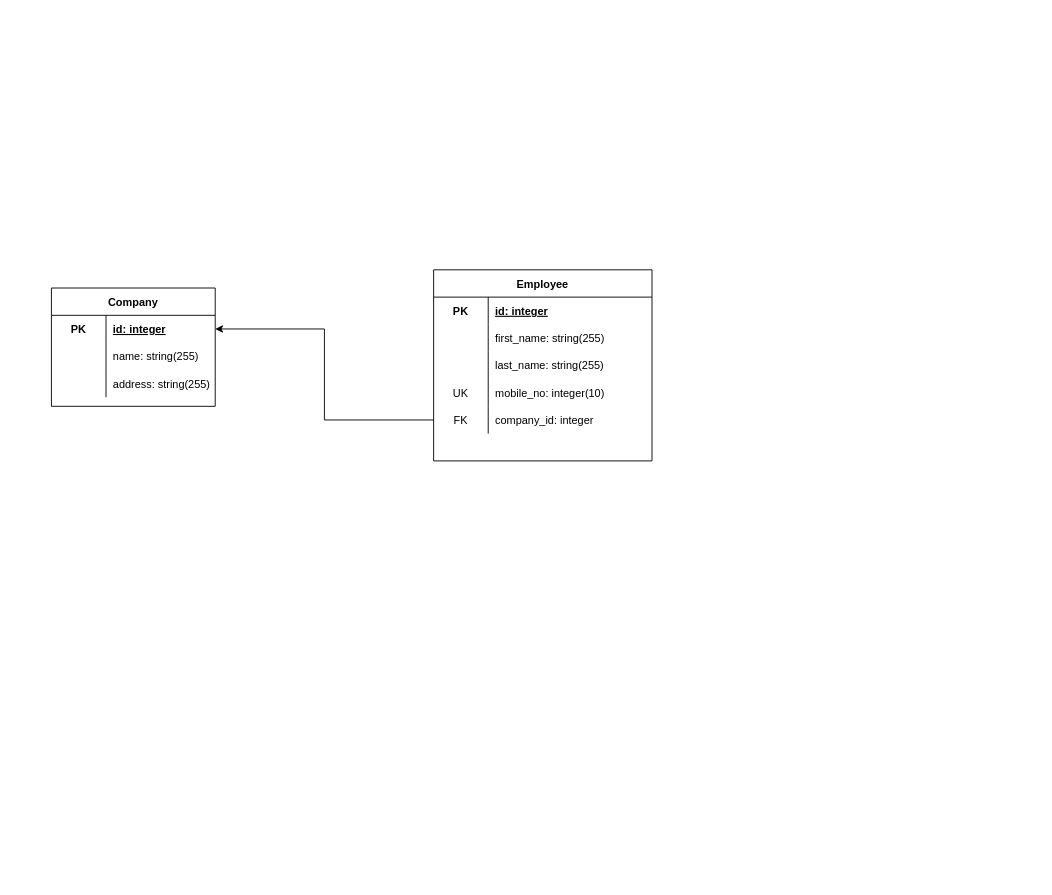
The draw.io diagram drawings/org_uam.drawio in premchalmeti/draw.io, before the edit. Source tidied: cells renumbered, new cells numbered last; positions are measured from the earlier drawing's top-left corner, leaving out a move shared by most shapes. Both pictures are drawn from the tidied source at 91%, with x=0, y=0 at pixel (51, 269).
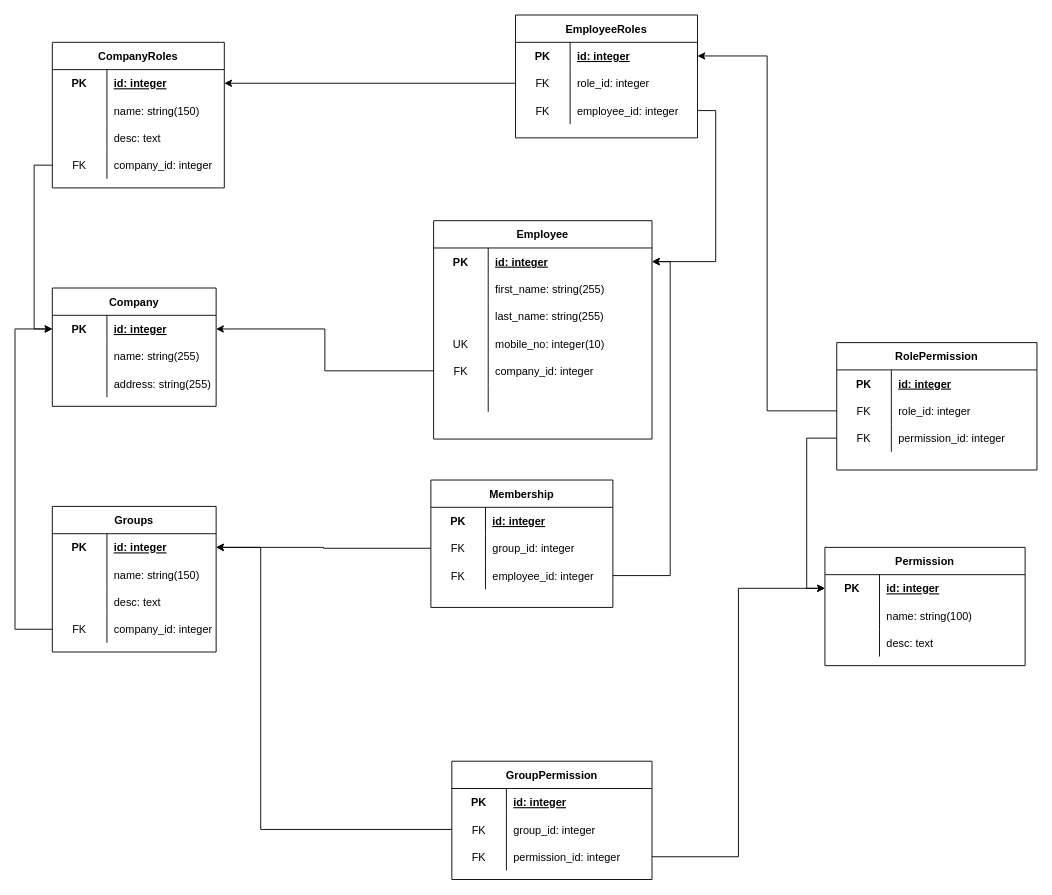
Above is the later version.

The change refers to these unchanged cells:
```xml
<mxCell id="3" style="shape=partialRectangle;fillColor=none;top=0;left=0;bottom=0;right=0;points=[[0,0.5],[1,0.5]];portConstraint=eastwest;" parent="2" vertex="1">
  <mxGeometry y="30" width="180" height="30" as="geometry" />
</mxCell>
<mxCell id="13" style="shape=partialRectangle;fillColor=none;top=0;left=0;bottom=0;right=0;points=[[0,0.5],[1,0.5]];portConstraint=eastwest;" parent="12" vertex="1">
  <mxGeometry y="30" width="240" height="30" as="geometry" />
</mxCell>
```

What changed in the source:
```diff
@@
     <mxCell id="2" value="Company" style="shape=table;startSize=30;childLayout=tableLayout;rowLines=0;fontStyle=1;align=center;" parent="1" vertex="1">
-      <mxGeometry y="20" width="180" height="130" as="geometry" />
+      <mxGeometry x="1" y="20" width="180" height="130" as="geometry" />
     </mxCell>
@@
     <mxCell id="12" value="Employee" style="shape=table;startSize=30;childLayout=tableLayout;rowLines=0;fontStyle=1;align=center;" parent="1" vertex="1">
-      <mxGeometry x="420" width="240" height="210" as="geometry" />
+      <mxGeometry x="420" y="-54" width="240" height="240" as="geometry" />
     </mxCell>
@@
+    <mxCell id="29" style="shape=partialRectangle;fillColor=none;top=0;left=0;bottom=0;right=0;" parent="12" vertex="1">
+      <mxGeometry y="180" width="240" height="30" as="geometry" />
+    </mxCell>
+    <mxCell id="30" style="shape=partialRectangle;fillColor=none;top=0;left=0;bottom=0;right=0;fontStyle=0;overflow=hidden;" parent="29" vertex="1">
+      <mxGeometry width="60" height="30" as="geometry" />
+    </mxCell>
+    <mxCell id="31" style="shape=partialRectangle;fillColor=none;top=0;left=0;bottom=0;right=0;align=left;spacingLeft=6;fontStyle=0;overflow=hidden;" parent="29" vertex="1">
+      <mxGeometry x="60" width="180" height="30" as="geometry" />
+    </mxCell>
@@
+    <mxCell id="32" value="CompanyRoles" style="shape=table;startSize=30;childLayout=tableLayout;rowLines=0;fontStyle=1;align=center;" parent="1" vertex="1">
+      <mxGeometry x="1" y="-250" width="189" height="160" as="geometry" />
+    </mxCell>
+    <mxCell id="33" style="shape=partialRectangle;fillColor=none;top=0;left=0;bottom=0;right=0;points=[[0,0.5],[1,0.5]];portConstraint=eastwest;" parent="32" vertex="1">
+      <mxGeometry y="30" width="189" height="30" as="geometry" />
+    </mxCell>
+    <mxCell id="34" value="PK" style="shape=partialRectangle;fillColor=none;top=0;left=0;bottom=0;right=0;fontStyle=1;overflow=hidden;" parent="33" vertex="1">
+      <mxGeometry width="60" height="30" as="geometry" />
+    </mxCell>
+    <mxCell id="35" value="id: integer" style="shape=partialRectangle;fillColor=none;top=0;left=0;bottom=0;right=0;align=left;spacingLeft=6;fontStyle=5;overflow=hidden;" parent="33" vertex="1">
+      <mxGeometry x="60" width="129" height="30" as="geometry" />
+    </mxCell>
+    <mxCell id="36" style="shape=partialRectangle;fillColor=none;top=0;left=0;bottom=0;right=0;" parent="32" vertex="1">
+      <mxGeometry y="60" width="189" height="30" as="geometry" />
+    </mxCell>
+    <mxCell id="37" style="shape=partialRectangle;fillColor=none;top=0;left=0;bottom=0;right=0;overflow=hidden;" parent="36" vertex="1">
+      <mxGeometry width="60" height="30" as="geometry" />
+    </mxCell>
+    <mxCell id="38" value="name: string(150)" style="shape=partialRectangle;fillColor=none;top=0;left=0;bottom=0;right=0;align=left;spacingLeft=6;overflow=hidden;" parent="36" vertex="1">
+      <mxGeometry x="60" width="129" height="30" as="geometry" />
+    </mxCell>
+    <mxCell id="39" style="shape=partialRectangle;fillColor=none;top=0;left=0;bottom=0;right=0;" parent="32" vertex="1">
+      <mxGeometry y="90" width="189" height="30" as="geometry" />
+    </mxCell>
+    <mxCell id="40" style="shape=partialRectangle;fillColor=none;top=0;left=0;bottom=0;right=0;overflow=hidden;" parent="39" vertex="1">
+      <mxGeometry width="60" height="30" as="geometry" />
+    </mxCell>
+    <mxCell id="41" value="desc: text" style="shape=partialRectangle;fillColor=none;top=0;left=0;bottom=0;right=0;align=left;spacingLeft=6;overflow=hidden;" parent="39" vertex="1">
+      <mxGeometry x="60" width="129" height="30" as="geometry" />
+    </mxCell>
+    <mxCell id="42" style="shape=partialRectangle;fillColor=none;top=0;left=0;bottom=0;right=0;points=[[0,0.5],[1,0.5]];portConstraint=eastwest;" parent="32" vertex="1">
+      <mxGeometry y="120" width="189" height="30" as="geometry" />
+    </mxCell>
+    <mxCell id="43" value="FK" style="shape=partialRectangle;fillColor=none;top=0;left=0;bottom=0;right=0;fontStyle=0;overflow=hidden;" parent="42" vertex="1">
+      <mxGeometry width="60" height="30" as="geometry" />
+    </mxCell>
+    <mxCell id="44" value="company_id: integer" style="shape=partialRectangle;fillColor=none;top=0;left=0;bottom=0;right=0;align=left;spacingLeft=6;fontStyle=0;overflow=hidden;" parent="42" vertex="1">
+      <mxGeometry x="60" width="129" height="30" as="geometry" />
+    </mxCell>
+    <mxCell id="45" style="edgeStyle=orthogonalEdgeStyle;rounded=0;jettySize=auto;html=1;exitX=0;exitY=0.5;exitDx=0;exitDy=0;entryX=0;entryY=0.5;entryDx=0;entryDy=0;" parent="1" edge="1" source="42" target="3">
+      <mxGeometry relative="1" as="geometry" />
+    </mxCell>
+    <mxCell id="46" value="EmployeeRoles" style="shape=table;startSize=30;childLayout=tableLayout;rowLines=0;fontStyle=1;align=center;" parent="1" vertex="1">
+      <mxGeometry x="510" y="-280" width="200" height="135" as="geometry" />
+    </mxCell>
+    <mxCell id="47" style="shape=partialRectangle;fillColor=none;top=0;left=0;bottom=0;right=0;points=[[0,0.5],[1,0.5]];portConstraint=eastwest;" parent="46" vertex="1">
+      <mxGeometry y="30" width="200" height="30" as="geometry" />
+    </mxCell>
+    <mxCell id="48" value="PK" style="shape=partialRectangle;fillColor=none;top=0;left=0;bottom=0;right=0;fontStyle=1;overflow=hidden;" parent="47" vertex="1">
+      <mxGeometry width="60" height="30" as="geometry" />
+    </mxCell>
+    <mxCell id="49" value="id: integer" style="shape=partialRectangle;fillColor=none;top=0;left=0;bottom=0;right=0;align=left;spacingLeft=6;fontStyle=5;overflow=hidden;" parent="47" vertex="1">
+      <mxGeometry x="60" width="140" height="30" as="geometry" />
+    </mxCell>
+    <mxCell id="50" style="shape=partialRectangle;fillColor=none;top=0;left=0;bottom=0;right=0;points=[[0,0.5],[1,0.5]];portConstraint=eastwest;" parent="46" vertex="1">
+      <mxGeometry y="60" width="200" height="30" as="geometry" />
+    </mxCell>
+    <mxCell id="51" value="FK" style="shape=partialRectangle;fillColor=none;top=0;left=0;bottom=0;right=0;overflow=hidden;" parent="50" vertex="1">
+      <mxGeometry width="60" height="30" as="geometry" />
+    </mxCell>
+    <mxCell id="52" value="role_id: integer" style="shape=partialRectangle;fillColor=none;top=0;left=0;bottom=0;right=0;align=left;spacingLeft=6;overflow=hidden;" parent="50" vertex="1">
+      <mxGeometry x="60" width="140" height="30" as="geometry" />
+    </mxCell>
+    <mxCell id="53" style="shape=partialRectangle;fillColor=none;top=0;left=0;bottom=0;right=0;points=[[0,0.5],[1,0.5]];portConstraint=eastwest;" parent="46" vertex="1">
+      <mxGeometry y="90" width="200" height="30" as="geometry" />
+    </mxCell>
+    <mxCell id="54" value="FK" style="shape=partialRectangle;fillColor=none;top=0;left=0;bottom=0;right=0;overflow=hidden;" parent="53" vertex="1">
+      <mxGeometry width="60" height="30" as="geometry" />
+    </mxCell>
+    <mxCell id="55" value="employee_id: integer" style="shape=partialRectangle;fillColor=none;top=0;left=0;bottom=0;right=0;align=left;spacingLeft=6;overflow=hidden;" parent="53" vertex="1">
+      <mxGeometry x="60" width="140" height="30" as="geometry" />
+    </mxCell>
+    <mxCell id="56" style="edgeStyle=orthogonalEdgeStyle;rounded=0;jettySize=auto;html=1;exitX=0;exitY=0.5;exitDx=0;exitDy=0;entryX=1;entryY=0.5;entryDx=0;entryDy=0;" parent="1" edge="1" source="50" target="33">
+      <mxGeometry relative="1" as="geometry" />
+    </mxCell>
+    <mxCell id="57" style="edgeStyle=orthogonalEdgeStyle;rounded=0;jettySize=auto;html=1;exitX=1;exitY=0.5;exitDx=0;exitDy=0;entryX=1;entryY=0.5;entryDx=0;entryDy=0;" parent="1" edge="1" source="53" target="13">
+      <mxGeometry relative="1" as="geometry" />
+    </mxCell>
+    <mxCell id="58" value="Groups" style="shape=table;startSize=30;childLayout=tableLayout;rowLines=0;fontStyle=1;align=center;" parent="1" vertex="1">
+      <mxGeometry x="1" y="260" width="180" height="160" as="geometry" />
+    </mxCell>
+    <mxCell id="59" style="shape=partialRectangle;fillColor=none;top=0;left=0;bottom=0;right=0;points=[[0,0.5],[1,0.5]];portConstraint=eastwest;" parent="58" vertex="1">
+      <mxGeometry y="30" width="180" height="30" as="geometry" />
+    </mxCell>
+    <mxCell id="60" value="PK" style="shape=partialRectangle;fillColor=none;top=0;left=0;bottom=0;right=0;fontStyle=1;overflow=hidden;" parent="59" vertex="1">
+      <mxGeometry width="60" height="30" as="geometry" />
+    </mxCell>
+    <mxCell id="61" value="id: integer" style="shape=partialRectangle;fillColor=none;top=0;left=0;bottom=0;right=0;align=left;spacingLeft=6;fontStyle=5;overflow=hidden;" parent="59" vertex="1">
+      <mxGeometry x="60" width="120" height="30" as="geometry" />
+    </mxCell>
+    <mxCell id="62" style="shape=partialRectangle;fillColor=none;top=0;left=0;bottom=0;right=0;" parent="58" vertex="1">
+      <mxGeometry y="60" width="180" height="30" as="geometry" />
+    </mxCell>
+    <mxCell id="63" style="shape=partialRectangle;fillColor=none;top=0;left=0;bottom=0;right=0;overflow=hidden;" parent="62" vertex="1">
+      <mxGeometry width="60" height="30" as="geometry" />
+    </mxCell>
+    <mxCell id="64" value="name: string(150)" style="shape=partialRectangle;fillColor=none;top=0;left=0;bottom=0;right=0;align=left;spacingLeft=6;overflow=hidden;" parent="62" vertex="1">
+      <mxGeometry x="60" width="120" height="30" as="geometry" />
+    </mxCell>
+    <mxCell id="65" style="shape=partialRectangle;fillColor=none;top=0;left=0;bottom=0;right=0;" parent="58" vertex="1">
+      <mxGeometry y="90" width="180" height="30" as="geometry" />
+    </mxCell>
+    <mxCell id="66" style="shape=partialRectangle;fillColor=none;top=0;left=0;bottom=0;right=0;overflow=hidden;" parent="65" vertex="1">
+      <mxGeometry width="60" height="30" as="geometry" />
+    </mxCell>
+    <mxCell id="67" value="desc: text" style="shape=partialRectangle;fillColor=none;top=0;left=0;bottom=0;right=0;align=left;spacingLeft=6;overflow=hidden;" parent="65" vertex="1">
+      <mxGeometry x="60" width="120" height="30" as="geometry" />
+    </mxCell>
+    <mxCell id="68" style="shape=partialRectangle;fillColor=none;top=0;left=0;bottom=0;right=0;points=[[0,0.5],[1,0.5]];portConstraint=eastwest;" parent="58" vertex="1">
+      <mxGeometry y="120" width="180" height="30" as="geometry" />
+    </mxCell>
+    <mxCell id="69" value="FK" style="shape=partialRectangle;fillColor=none;top=0;left=0;bottom=0;right=0;fontStyle=0;overflow=hidden;" parent="68" vertex="1">
+      <mxGeometry width="60" height="30" as="geometry" />
+    </mxCell>
+    <mxCell id="70" value="company_id: integer" style="shape=partialRectangle;fillColor=none;top=0;left=0;bottom=0;right=0;align=left;spacingLeft=6;fontStyle=0;overflow=hidden;" parent="68" vertex="1">
+      <mxGeometry x="60" width="120" height="30" as="geometry" />
+    </mxCell>
+    <mxCell id="71" style="edgeStyle=orthogonalEdgeStyle;rounded=0;jettySize=auto;html=1;exitX=0;exitY=0.5;exitDx=0;exitDy=0;entryX=0;entryY=0.5;entryDx=0;entryDy=0;" parent="1" edge="1" source="68" target="3">
+      <mxGeometry relative="1" as="geometry">
+        <Array as="points">
+          <mxPoint x="-40" y="395" />
+          <mxPoint x="-40" y="65" />
+        </Array>
+      </mxGeometry>
+    </mxCell>
+    <mxCell id="72" value="Membership" style="shape=table;startSize=30;childLayout=tableLayout;rowLines=0;fontStyle=1;align=center;" parent="1" vertex="1">
+      <mxGeometry x="417" y="231" width="200" height="140" as="geometry" />
+    </mxCell>
+    <mxCell id="73" style="shape=partialRectangle;fillColor=none;top=0;left=0;bottom=0;right=0;" parent="72" vertex="1">
+      <mxGeometry y="30" width="200" height="30" as="geometry" />
+    </mxCell>
+    <mxCell id="74" value="PK" style="shape=partialRectangle;fillColor=none;top=0;left=0;bottom=0;right=0;fontStyle=1;overflow=hidden;" parent="73" vertex="1">
+      <mxGeometry width="60" height="30" as="geometry" />
+    </mxCell>
+    <mxCell id="75" value="id: integer" style="shape=partialRectangle;fillColor=none;top=0;left=0;bottom=0;right=0;align=left;spacingLeft=6;fontStyle=5;overflow=hidden;" parent="73" vertex="1">
+      <mxGeometry x="60" width="140" height="30" as="geometry" />
+    </mxCell>
+    <mxCell id="76" style="shape=partialRectangle;fillColor=none;top=0;left=0;bottom=0;right=0;points=[[0,0.5],[1,0.5]];portConstraint=eastwest;" parent="72" vertex="1">
+      <mxGeometry y="60" width="200" height="30" as="geometry" />
+    </mxCell>
+    <mxCell id="77" value="FK" style="shape=partialRectangle;fillColor=none;top=0;left=0;bottom=0;right=0;overflow=hidden;" parent="76" vertex="1">
+      <mxGeometry width="60" height="30" as="geometry" />
+    </mxCell>
+    <mxCell id="78" value="group_id: integer" style="shape=partialRectangle;fillColor=none;top=0;left=0;bottom=0;right=0;align=left;spacingLeft=6;overflow=hidden;" parent="76" vertex="1">
+      <mxGeometry x="60" width="140" height="30" as="geometry" />
+    </mxCell>
+    <mxCell id="79" style="shape=partialRectangle;fillColor=none;top=0;left=0;bottom=0;right=0;points=[[0,0.5],[1,0.5]];portConstraint=eastwest;" parent="72" vertex="1">
+      <mxGeometry y="90" width="200" height="30" as="geometry" />
+    </mxCell>
+    <mxCell id="80" value="FK" style="shape=partialRectangle;fillColor=none;top=0;left=0;bottom=0;right=0;overflow=hidden;" parent="79" vertex="1">
+      <mxGeometry width="60" height="30" as="geometry" />
+    </mxCell>
+    <mxCell id="81" value="employee_id: integer" style="shape=partialRectangle;fillColor=none;top=0;left=0;bottom=0;right=0;align=left;spacingLeft=6;overflow=hidden;" parent="79" vertex="1">
+      <mxGeometry x="60" width="140" height="30" as="geometry" />
+    </mxCell>
+    <mxCell id="82" style="edgeStyle=orthogonalEdgeStyle;rounded=0;jettySize=auto;html=1;exitX=0;exitY=0.5;exitDx=0;exitDy=0;entryX=1;entryY=0.5;entryDx=0;entryDy=0;" parent="1" edge="1" source="76" target="59">
+      <mxGeometry relative="1" as="geometry" />
+    </mxCell>
+    <mxCell id="83" style="edgeStyle=orthogonalEdgeStyle;rounded=0;jettySize=auto;html=1;exitX=1;exitY=0.5;exitDx=0;exitDy=0;entryX=1;entryY=0.5;entryDx=0;entryDy=0;" parent="1" edge="1" source="79" target="13">
+      <mxGeometry relative="1" as="geometry" />
+    </mxCell>
+    <mxCell id="84" value="Permission" style="shape=table;startSize=30;childLayout=tableLayout;rowLines=0;fontStyle=1;align=center;" parent="1" vertex="1">
+      <mxGeometry x="850" y="305" width="220" height="130" as="geometry" />
+    </mxCell>
+    <mxCell id="85" style="shape=partialRectangle;fillColor=none;top=0;left=0;bottom=0;right=0;points=[[0,0.5],[1,0.5]];portConstraint=eastwest;" parent="84" vertex="1">
+      <mxGeometry y="30" width="220" height="30" as="geometry" />
+    </mxCell>
+    <mxCell id="86" value="PK" style="shape=partialRectangle;fillColor=none;top=0;left=0;bottom=0;right=0;fontStyle=1;overflow=hidden;" parent="85" vertex="1">
+      <mxGeometry width="60" height="30" as="geometry" />
+    </mxCell>
+    <mxCell id="87" value="id: integer" style="shape=partialRectangle;fillColor=none;top=0;left=0;bottom=0;right=0;align=left;spacingLeft=6;fontStyle=5;overflow=hidden;" parent="85" vertex="1">
+      <mxGeometry x="60" width="160" height="30" as="geometry" />
+    </mxCell>
+    <mxCell id="88" style="shape=partialRectangle;fillColor=none;top=0;left=0;bottom=0;right=0;" parent="84" vertex="1">
+      <mxGeometry y="60" width="220" height="30" as="geometry" />
+    </mxCell>
+    <mxCell id="89" style="shape=partialRectangle;fillColor=none;top=0;left=0;bottom=0;right=0;overflow=hidden;" parent="88" vertex="1">
+      <mxGeometry width="60" height="30" as="geometry" />
+    </mxCell>
+    <mxCell id="90" value="name: string(100)" style="shape=partialRectangle;fillColor=none;top=0;left=0;bottom=0;right=0;align=left;spacingLeft=6;overflow=hidden;" parent="88" vertex="1">
+      <mxGeometry x="60" width="160" height="30" as="geometry" />
+    </mxCell>
+    <mxCell id="91" style="shape=partialRectangle;fillColor=none;top=0;left=0;bottom=0;right=0;" parent="84" vertex="1">
+      <mxGeometry y="90" width="220" height="30" as="geometry" />
+    </mxCell>
+    <mxCell id="92" style="shape=partialRectangle;fillColor=none;top=0;left=0;bottom=0;right=0;overflow=hidden;" parent="91" vertex="1">
+      <mxGeometry width="60" height="30" as="geometry" />
+    </mxCell>
+    <mxCell id="93" value="desc: text" style="shape=partialRectangle;fillColor=none;top=0;left=0;bottom=0;right=0;align=left;spacingLeft=6;overflow=hidden;" parent="91" vertex="1">
+      <mxGeometry x="60" width="160" height="30" as="geometry" />
+    </mxCell>
+    <mxCell id="94" value="RolePermission" style="shape=table;startSize=30;childLayout=tableLayout;rowLines=0;fontStyle=1;align=center;" parent="1" vertex="1">
+      <mxGeometry x="863" y="80" width="220" height="140" as="geometry" />
+    </mxCell>
+    <mxCell id="95" style="shape=partialRectangle;fillColor=none;top=0;left=0;bottom=0;right=0;" parent="94" vertex="1">
+      <mxGeometry y="30" width="220" height="30" as="geometry" />
+    </mxCell>
+    <mxCell id="96" value="PK" style="shape=partialRectangle;fillColor=none;top=0;left=0;bottom=0;right=0;fontStyle=1;overflow=hidden;" parent="95" vertex="1">
+      <mxGeometry width="60" height="30" as="geometry" />
+    </mxCell>
+    <mxCell id="97" value="id: integer" style="shape=partialRectangle;fillColor=none;top=0;left=0;bottom=0;right=0;align=left;spacingLeft=6;fontStyle=5;overflow=hidden;" parent="95" vertex="1">
+      <mxGeometry x="60" width="160" height="30" as="geometry" />
+    </mxCell>
+    <mxCell id="98" style="shape=partialRectangle;fillColor=none;top=0;left=0;bottom=0;right=0;points=[[0,0.5],[1,0.5]];portConstraint=eastwest;" parent="94" vertex="1">
+      <mxGeometry y="60" width="220" height="30" as="geometry" />
+    </mxCell>
+    <mxCell id="99" value="FK" style="shape=partialRectangle;fillColor=none;top=0;left=0;bottom=0;right=0;overflow=hidden;" parent="98" vertex="1">
+      <mxGeometry width="60" height="30" as="geometry" />
+    </mxCell>
+    <mxCell id="100" value="role_id: integer" style="shape=partialRectangle;fillColor=none;top=0;left=0;bottom=0;right=0;align=left;spacingLeft=6;overflow=hidden;" parent="98" vertex="1">
+      <mxGeometry x="60" width="160" height="30" as="geometry" />
+    </mxCell>
+    <mxCell id="101" style="shape=partialRectangle;fillColor=none;top=0;left=0;bottom=0;right=0;points=[[0,0.5],[1,0.5]];portConstraint=eastwest;" parent="94" vertex="1">
+      <mxGeometry y="90" width="220" height="30" as="geometry" />
+    </mxCell>
+    <mxCell id="102" value="FK" style="shape=partialRectangle;fillColor=none;top=0;left=0;bottom=0;right=0;overflow=hidden;" parent="101" vertex="1">
+      <mxGeometry width="60" height="30" as="geometry" />
+    </mxCell>
+    <mxCell id="103" value="permission_id: integer" style="shape=partialRectangle;fillColor=none;top=0;left=0;bottom=0;right=0;align=left;spacingLeft=6;overflow=hidden;" parent="101" vertex="1">
+      <mxGeometry x="60" width="160" height="30" as="geometry" />
+    </mxCell>
+    <mxCell id="104" style="edgeStyle=orthogonalEdgeStyle;rounded=0;jettySize=auto;html=1;exitX=0;exitY=0.5;exitDx=0;exitDy=0;entryX=1;entryY=0.5;entryDx=0;entryDy=0;" parent="1" edge="1" source="98" target="47">
+      <mxGeometry relative="1" as="geometry" />
+    </mxCell>
+    <mxCell id="105" style="edgeStyle=orthogonalEdgeStyle;rounded=0;jettySize=auto;html=1;exitX=0;exitY=0.5;exitDx=0;exitDy=0;entryX=0;entryY=0.5;entryDx=0;entryDy=0;" parent="1" edge="1" source="101" target="85">
+      <mxGeometry relative="1" as="geometry" />
+    </mxCell>
+    <mxCell id="106" value="GroupPermission" style="shape=table;startSize=30;childLayout=tableLayout;rowLines=0;fontStyle=1;align=center;" parent="1" vertex="1">
+      <mxGeometry x="440" y="540" width="220" height="130" as="geometry" />
+    </mxCell>
+    <mxCell id="107" style="shape=partialRectangle;fillColor=none;top=0;left=0;bottom=0;right=0;" parent="106" vertex="1">
+      <mxGeometry y="30" width="220" height="30" as="geometry" />
+    </mxCell>
+    <mxCell id="108" value="PK" style="shape=partialRectangle;fillColor=none;top=0;left=0;bottom=0;right=0;fontStyle=1;overflow=hidden;" parent="107" vertex="1">
+      <mxGeometry width="60" height="30" as="geometry" />
+    </mxCell>
+    <mxCell id="109" value="id: integer" style="shape=partialRectangle;fillColor=none;top=0;left=0;bottom=0;right=0;align=left;spacingLeft=6;fontStyle=5;overflow=hidden;" parent="107" vertex="1">
+      <mxGeometry x="60" width="160" height="30" as="geometry" />
+    </mxCell>
+    <mxCell id="110" style="shape=partialRectangle;fillColor=none;top=0;left=0;bottom=0;right=0;points=[[0,0.5],[1,0.5]];portConstraint=eastwest;" parent="106" vertex="1">
+      <mxGeometry y="60" width="220" height="30" as="geometry" />
+    </mxCell>
+    <mxCell id="111" value="FK" style="shape=partialRectangle;fillColor=none;top=0;left=0;bottom=0;right=0;overflow=hidden;" parent="110" vertex="1">
+      <mxGeometry width="60" height="30" as="geometry" />
+    </mxCell>
+    <mxCell id="112" value="group_id: integer" style="shape=partialRectangle;fillColor=none;top=0;left=0;bottom=0;right=0;align=left;spacingLeft=6;overflow=hidden;" parent="110" vertex="1">
+      <mxGeometry x="60" width="160" height="30" as="geometry" />
+    </mxCell>
+    <mxCell id="113" style="shape=partialRectangle;fillColor=none;top=0;left=0;bottom=0;right=0;points=[[0,0.5],[1,0.5]];portConstraint=eastwest;" parent="106" vertex="1">
+      <mxGeometry y="90" width="220" height="30" as="geometry" />
+    </mxCell>
+    <mxCell id="114" value="FK" style="shape=partialRectangle;fillColor=none;top=0;left=0;bottom=0;right=0;overflow=hidden;" parent="113" vertex="1">
+      <mxGeometry width="60" height="30" as="geometry" />
+    </mxCell>
+    <mxCell id="115" value="permission_id: integer" style="shape=partialRectangle;fillColor=none;top=0;left=0;bottom=0;right=0;align=left;spacingLeft=6;overflow=hidden;" parent="113" vertex="1">
+      <mxGeometry x="60" width="160" height="30" as="geometry" />
+    </mxCell>
+    <mxCell id="116" style="edgeStyle=orthogonalEdgeStyle;rounded=0;jettySize=auto;html=1;exitX=0;exitY=0.5;exitDx=0;exitDy=0;entryX=1;entryY=0.5;entryDx=0;entryDy=0;" parent="1" edge="1" source="110" target="59">
+      <mxGeometry relative="1" as="geometry">
+        <Array as="points">
+          <mxPoint x="230" y="615" />
+          <mxPoint x="230" y="305" />
+        </Array>
+      </mxGeometry>
+    </mxCell>
+    <mxCell id="117" style="edgeStyle=orthogonalEdgeStyle;rounded=0;jettySize=auto;html=1;exitX=1;exitY=0.5;exitDx=0;exitDy=0;entryX=0;entryY=0.5;entryDx=0;entryDy=0;" parent="1" edge="1" source="113" target="85">
+      <mxGeometry relative="1" as="geometry" />
+    </mxCell>
```
